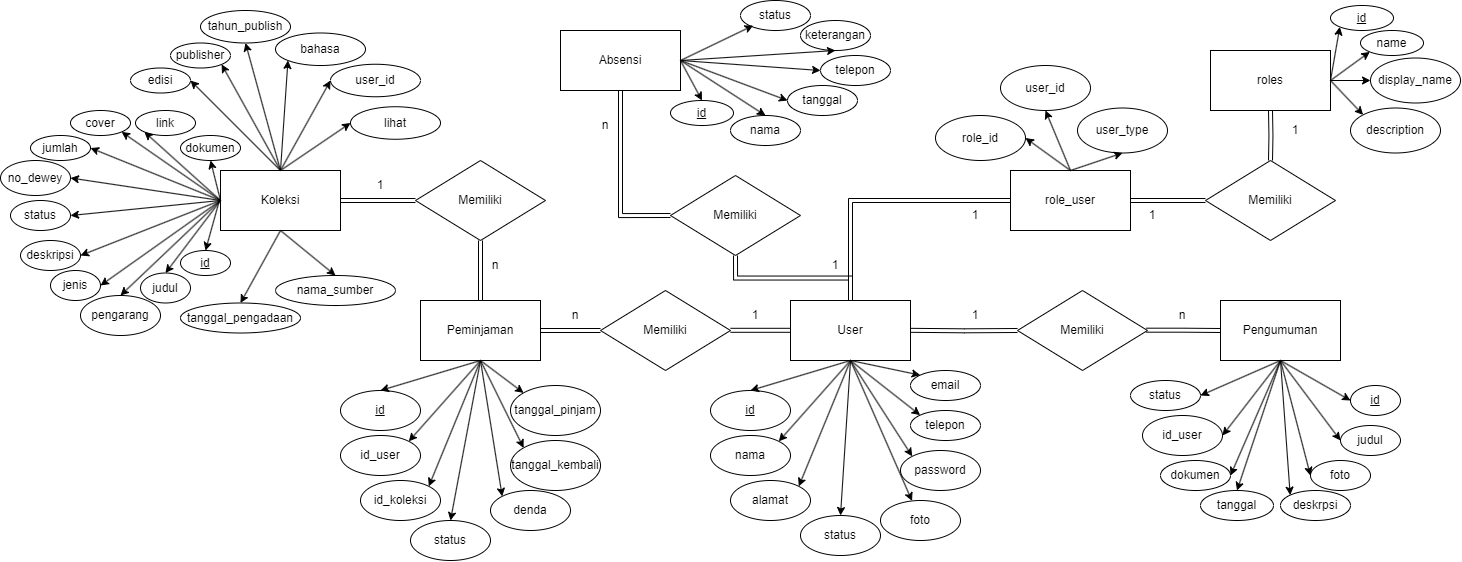
Before: img/erd/Diagram Pusaka-ERD.drawio.png, a diagram exported from draw.io (rikkamoe/ta-storage). Source tidied: cells renumbered, new cells last; positions are measured from the earlier drawing's top-left corner, leaving out a move shared by most shapes.
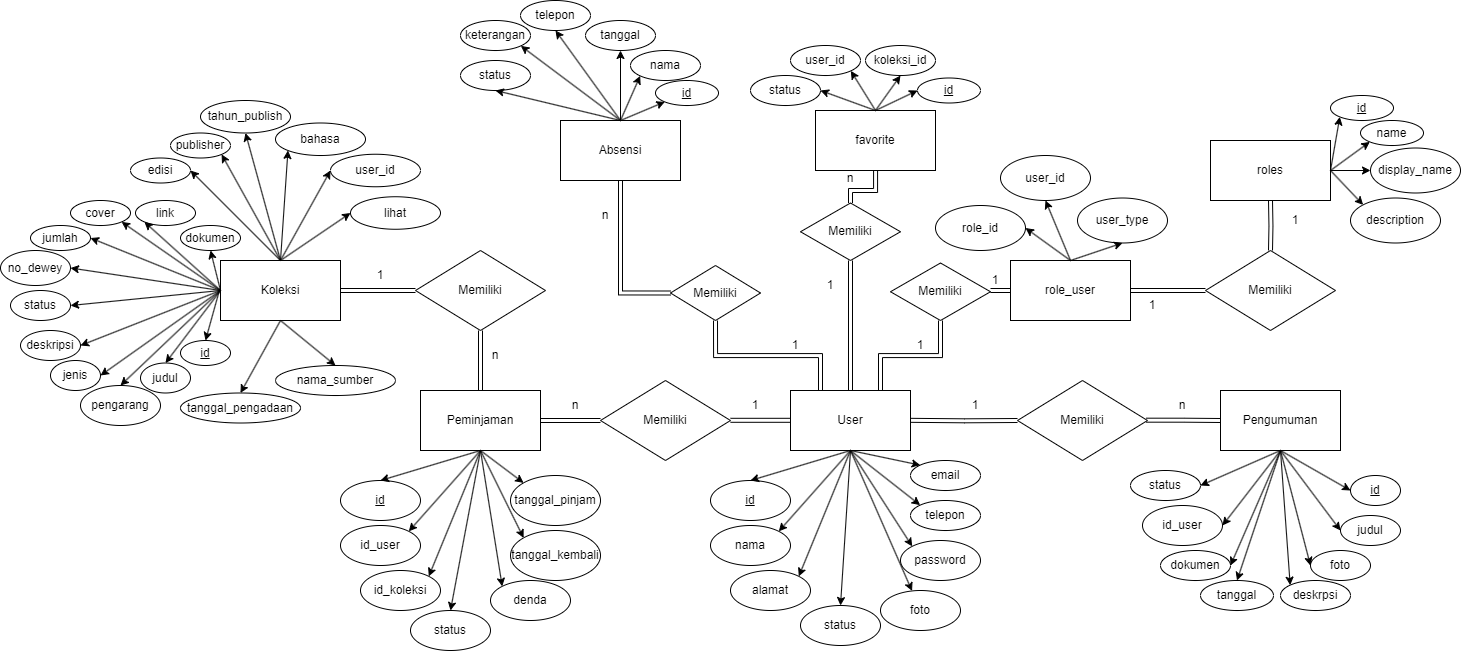
After the commit.

The edit, as a diff of the source:
```diff
@@ -288,50 +288,48 @@
       <mxGeometry relative="1" as="geometry" />
     </mxCell>
     <mxCell id="86" value="Memiliki" style="rhombus;whiteSpace=wrap;html=1;" parent="1" vertex="1">
-      <mxGeometry x="670" y="175" width="130" height="80" as="geometry" />
+      <mxGeometry x="670" y="175" width="90" height="55" as="geometry" />
     </mxCell>
-    <mxCell id="87" style="edgeStyle=orthogonalEdgeStyle;rounded=0;jettySize=auto;html=1;shape=link;exitX=0.5;exitY=1;exitDx=0;exitDy=0;entryX=0.5;entryY=0;entryDx=0;entryDy=0;" parent="1" edge="1" source="86" target="5">
+    <mxCell id="87" style="edgeStyle=orthogonalEdgeStyle;rounded=0;jettySize=auto;html=1;shape=link;exitX=0.5;exitY=1;exitDx=0;exitDy=0;entryX=0.25;entryY=0;entryDx=0;entryDy=0;" parent="1" edge="1" source="86" target="5">
       <mxGeometry relative="1" as="geometry" />
     </mxCell>
     <mxCell id="88" style="edgeStyle=orthogonalEdgeStyle;rounded=0;jettySize=auto;html=1;shape=link;exitX=0.5;exitY=1;exitDx=0;exitDy=0;entryX=0;entryY=0.5;entryDx=0;entryDy=0;" parent="1" edge="1" source="44" target="86">
       <mxGeometry relative="1" as="geometry" />
     </mxCell>
     <mxCell id="89" value="&lt;u&gt;id&lt;/u&gt;" style="ellipse;whiteSpace=wrap;html=1;" parent="1" vertex="1">
-      <mxGeometry x="670" y="100" width="63" height="25" as="geometry" />
+      <mxGeometry x="655" y="-10" width="63" height="25" as="geometry" />
     </mxCell>
     <mxCell id="90" value="nama" style="ellipse;whiteSpace=wrap;html=1;" parent="1" vertex="1">
-      <mxGeometry x="730" y="115" width="70" height="30" as="geometry" />
+      <mxGeometry x="630" y="-40" width="70" height="30" as="geometry" />
     </mxCell>
     <mxCell id="91" value="tanggal" style="ellipse;whiteSpace=wrap;html=1;" parent="1" vertex="1">
-      <mxGeometry x="787" y="85" width="70" height="30" as="geometry" />
+      <mxGeometry x="585" y="-70" width="70" height="30" as="geometry" />
     </mxCell>
     <mxCell id="92" value="status" style="ellipse;whiteSpace=wrap;html=1;" parent="1" vertex="1">
-      <mxGeometry x="740" width="70" height="30" as="geometry" />
+      <mxGeometry x="460" y="-30" width="70" height="30" as="geometry" />
     </mxCell>
     <mxCell id="93" value="telepon" style="ellipse;whiteSpace=wrap;html=1;" parent="1" vertex="1">
-      <mxGeometry x="820" y="55" width="70" height="30" as="geometry" />
+      <mxGeometry x="520" y="-90" width="70" height="30" as="geometry" />
     </mxCell>
     <mxCell id="94" value="keterangan" style="ellipse;whiteSpace=wrap;html=1;" parent="1" vertex="1">
-      <mxGeometry x="800" y="20" width="70" height="30" as="geometry" />
+      <mxGeometry x="460" y="-70" width="70" height="30" as="geometry" />
     </mxCell>
-    <mxCell id="95" style="endArrow=classic;html=1;rounded=0;entryX=0.5;entryY=0;entryDx=0;entryDy=0;exitX=1;exitY=0.5;exitDx=0;exitDy=0;" parent="1" edge="1" source="44" target="89">
+    <mxCell id="95" style="endArrow=classic;html=1;rounded=0;entryX=0;entryY=1;entryDx=0;entryDy=0;exitX=0.5;exitY=0;exitDx=0;exitDy=0;" parent="1" edge="1" source="44" target="89">
       <mxGeometry relative="1" as="geometry" />
     </mxCell>
-    <mxCell id="96" style="endArrow=classic;html=1;rounded=0;entryX=0.5;entryY=0;entryDx=0;entryDy=0;exitX=1;exitY=0.5;exitDx=0;exitDy=0;" parent="1" edge="1" target="90">
-      <mxGeometry relative="1" as="geometry">
-        <mxPoint x="680" y="60" as="sourcePoint" />
-      </mxGeometry>
+    <mxCell id="96" style="endArrow=classic;html=1;rounded=0;entryX=0;entryY=1;entryDx=0;entryDy=0;exitX=0.5;exitY=0;exitDx=0;exitDy=0;" parent="1" edge="1" source="44" target="90">
+      <mxGeometry relative="1" as="geometry" />
     </mxCell>
-    <mxCell id="97" style="endArrow=classic;html=1;rounded=0;entryX=0;entryY=0.5;entryDx=0;entryDy=0;exitX=1;exitY=0.5;exitDx=0;exitDy=0;" parent="1" edge="1" source="44" target="91">
+    <mxCell id="97" style="endArrow=classic;html=1;rounded=0;entryX=0.5;entryY=1;entryDx=0;entryDy=0;exitX=0.5;exitY=0;exitDx=0;exitDy=0;" parent="1" edge="1" source="44" target="91">
       <mxGeometry relative="1" as="geometry" />
     </mxCell>
-    <mxCell id="98" style="endArrow=classic;html=1;rounded=0;entryX=0;entryY=0.5;entryDx=0;entryDy=0;exitX=1;exitY=0.5;exitDx=0;exitDy=0;" parent="1" edge="1" source="44" target="93">
+    <mxCell id="98" style="endArrow=classic;html=1;rounded=0;entryX=0.5;entryY=1;entryDx=0;entryDy=0;exitX=0.5;exitY=0;exitDx=0;exitDy=0;" parent="1" edge="1" source="44" target="93">
       <mxGeometry relative="1" as="geometry" />
     </mxCell>
-    <mxCell id="99" style="endArrow=classic;html=1;rounded=0;entryX=0.5;entryY=1;entryDx=0;entryDy=0;exitX=1;exitY=0.5;exitDx=0;exitDy=0;" parent="1" edge="1" source="44" target="94">
+    <mxCell id="99" style="endArrow=classic;html=1;rounded=0;entryX=1;entryY=1;entryDx=0;entryDy=0;exitX=0.5;exitY=0;exitDx=0;exitDy=0;" parent="1" edge="1" source="44" target="94">
       <mxGeometry relative="1" as="geometry" />
     </mxCell>
-    <mxCell id="100" style="endArrow=classic;html=1;rounded=0;entryX=0.181;entryY=0.835;entryDx=0;entryDy=0;exitX=1;exitY=0.5;exitDx=0;exitDy=0;entryPerimeter=0;" parent="1" edge="1" source="44" target="92">
+    <mxCell id="100" style="endArrow=classic;html=1;rounded=0;entryX=0.5;entryY=1;entryDx=0;entryDy=0;exitX=0.5;exitY=0;exitDx=0;exitDy=0;" parent="1" edge="1" source="44" target="92">
       <mxGeometry relative="1" as="geometry" />
     </mxCell>
     <mxCell id="101" value="1" style="text;html=1;strokeColor=none;fillColor=none;align=center;verticalAlign=middle;whiteSpace=wrap;rounded=0;" parent="1" vertex="1">
@@ -341,7 +339,7 @@
       <mxGeometry x="1167" y="310" width="30" height="10" as="geometry" />
     </mxCell>
     <mxCell id="103" value="1" style="text;html=1;strokeColor=none;fillColor=none;align=center;verticalAlign=middle;whiteSpace=wrap;rounded=0;" parent="1" vertex="1">
-      <mxGeometry x="820" y="260" width="30" height="10" as="geometry" />
+      <mxGeometry x="780" y="250" width="30" height="10" as="geometry" />
     </mxCell>
     <mxCell id="104" value="n" style="text;html=1;strokeColor=none;fillColor=none;align=center;verticalAlign=middle;whiteSpace=wrap;rounded=0;" parent="1" vertex="1">
       <mxGeometry x="590" y="120" width="30" height="10" as="geometry" />
@@ -389,22 +387,17 @@
         <mxPoint x="1270" y="110" as="sourcePoint" />
       </mxGeometry>
     </mxCell>
+    <mxCell id="146" style="edgeStyle=orthogonalEdgeStyle;rounded=0;jettySize=auto;html=1;entryX=1;entryY=0.5;entryDx=0;entryDy=0;shape=link;" parent="1" edge="1" source="118" target="149">
+      <mxGeometry relative="1" as="geometry" />
+    </mxCell>
     <mxCell id="118" value="role_user" style="rounded=0;whiteSpace=wrap;html=1;" parent="1" vertex="1">
       <mxGeometry x="1010" y="170" width="120" height="60" as="geometry" />
     </mxCell>
     <mxCell id="119" style="edgeStyle=orthogonalEdgeStyle;rounded=0;jettySize=auto;html=1;shape=link;exitX=0;exitY=0.5;exitDx=0;exitDy=0;entryX=1;entryY=0.5;entryDx=0;entryDy=0;" parent="1" edge="1" source="116" target="118">
       <mxGeometry relative="1" as="geometry" />
     </mxCell>
-    <mxCell id="120" style="edgeStyle=orthogonalEdgeStyle;rounded=0;jettySize=auto;html=1;shape=link;exitX=0.5;exitY=1;exitDx=0;exitDy=0;entryX=0.5;entryY=0;entryDx=0;entryDy=0;" parent="1" edge="1" target="5">
-      <mxGeometry relative="1" as="geometry">
-        <mxPoint x="1010" y="200" as="sourcePoint" />
-        <Array as="points">
-          <mxPoint x="850" y="200" />
-        </Array>
-      </mxGeometry>
-    </mxCell>
     <mxCell id="121" value="1" style="text;html=1;strokeColor=none;fillColor=none;align=center;verticalAlign=middle;whiteSpace=wrap;rounded=0;" parent="1" vertex="1">
-      <mxGeometry x="960" y="210" width="30" height="10" as="geometry" />
+      <mxGeometry x="980" y="185" width="30" height="10" as="geometry" />
     </mxCell>
     <mxCell id="122" value="1" style="text;html=1;strokeColor=none;fillColor=none;align=center;verticalAlign=middle;whiteSpace=wrap;rounded=0;" parent="1" vertex="1">
       <mxGeometry x="1137" y="210" width="30" height="10" as="geometry" />
@@ -478,5 +471,56 @@
     <mxCell id="145" style="endArrow=classic;html=1;rounded=0;exitX=0.5;exitY=1;exitDx=0;exitDy=0;entryX=0.5;entryY=0;entryDx=0;entryDy=0;" parent="1" edge="1" source="39" target="137">
       <mxGeometry relative="1" as="geometry" />
     </mxCell>
+    <mxCell id="147" value="1" style="text;html=1;strokeColor=none;fillColor=none;align=center;verticalAlign=middle;whiteSpace=wrap;rounded=0;" parent="1" vertex="1">
+      <mxGeometry x="905" y="250" width="30" height="10" as="geometry" />
+    </mxCell>
+    <mxCell id="148" style="edgeStyle=orthogonalEdgeStyle;rounded=0;jettySize=auto;html=1;entryX=0.75;entryY=0;entryDx=0;entryDy=0;shape=link;" parent="1" edge="1" source="149" target="5">
+      <mxGeometry relative="1" as="geometry" />
+    </mxCell>
+    <mxCell id="149" value="Memiliki" style="rhombus;whiteSpace=wrap;html=1;" parent="1" vertex="1">
+      <mxGeometry x="890" y="172.5" width="100" height="57.5" as="geometry" />
+    </mxCell>
+    <mxCell id="150" style="edgeStyle=orthogonalEdgeStyle;rounded=0;jettySize=auto;html=1;shape=link;" parent="1" edge="1" source="151" target="5">
+      <mxGeometry relative="1" as="geometry" />
+    </mxCell>
+    <mxCell id="151" value="Memiliki" style="rhombus;whiteSpace=wrap;html=1;" parent="1" vertex="1">
+      <mxGeometry x="800" y="112.5" width="100" height="57.5" as="geometry" />
+    </mxCell>
+    <mxCell id="152" style="edgeStyle=orthogonalEdgeStyle;rounded=0;jettySize=auto;html=1;shape=link;" parent="1" edge="1" source="153" target="151">
+      <mxGeometry relative="1" as="geometry" />
+    </mxCell>
+    <mxCell id="153" value="favorite" style="rounded=0;whiteSpace=wrap;html=1;" parent="1" vertex="1">
+      <mxGeometry x="815" y="20" width="120" height="60" as="geometry" />
+    </mxCell>
+    <mxCell id="154" value="koleksi_id" style="ellipse;whiteSpace=wrap;html=1;" parent="1" vertex="1">
+      <mxGeometry x="865" y="-45" width="70" height="30" as="geometry" />
+    </mxCell>
+    <mxCell id="155" value="&lt;u&gt;id&lt;/u&gt;" style="ellipse;whiteSpace=wrap;html=1;" parent="1" vertex="1">
+      <mxGeometry x="917" y="-12.5" width="63" height="25" as="geometry" />
+    </mxCell>
+    <mxCell id="156" value="user_id" style="ellipse;whiteSpace=wrap;html=1;" parent="1" vertex="1">
+      <mxGeometry x="790" y="-45" width="70" height="30" as="geometry" />
+    </mxCell>
+    <mxCell id="157" value="status" style="ellipse;whiteSpace=wrap;html=1;" parent="1" vertex="1">
+      <mxGeometry x="750" y="-15" width="70" height="30" as="geometry" />
+    </mxCell>
+    <mxCell id="158" style="endArrow=classic;html=1;rounded=0;entryX=1;entryY=0.5;entryDx=0;entryDy=0;exitX=0.5;exitY=0;exitDx=0;exitDy=0;" parent="1" edge="1" source="153" target="157">
+      <mxGeometry relative="1" as="geometry" />
+    </mxCell>
+    <mxCell id="159" style="endArrow=classic;html=1;rounded=0;entryX=1;entryY=1;entryDx=0;entryDy=0;exitX=0.5;exitY=0;exitDx=0;exitDy=0;" parent="1" edge="1" source="153" target="156">
+      <mxGeometry relative="1" as="geometry" />
+    </mxCell>
+    <mxCell id="160" style="endArrow=classic;html=1;rounded=0;entryX=0.5;entryY=1;entryDx=0;entryDy=0;exitX=0.5;exitY=0;exitDx=0;exitDy=0;" parent="1" edge="1" source="153" target="154">
+      <mxGeometry relative="1" as="geometry" />
+    </mxCell>
+    <mxCell id="161" style="endArrow=classic;html=1;rounded=0;entryX=0;entryY=0.5;entryDx=0;entryDy=0;exitX=0.5;exitY=0;exitDx=0;exitDy=0;" parent="1" edge="1" source="153" target="155">
+      <mxGeometry relative="1" as="geometry" />
+    </mxCell>
+    <mxCell id="162" value="1" style="text;html=1;strokeColor=none;fillColor=none;align=center;verticalAlign=middle;whiteSpace=wrap;rounded=0;" parent="1" vertex="1">
+      <mxGeometry x="815" y="190" width="30" height="10" as="geometry" />
+    </mxCell>
+    <mxCell id="163" value="n" style="text;html=1;strokeColor=none;fillColor=none;align=center;verticalAlign=middle;whiteSpace=wrap;rounded=0;" parent="1" vertex="1">
+      <mxGeometry x="835" y="82.5" width="30" height="10" as="geometry" />
+    </mxCell>
   </root>
 </mxGraphModel>
```
